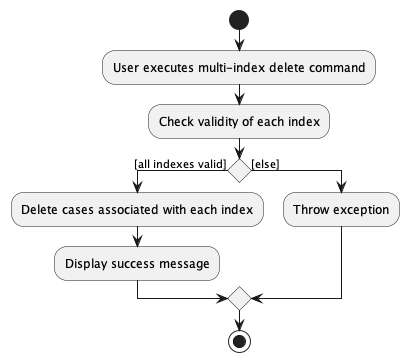
The PlantUML diagram docs/images/DeleteMultiIndexActivityDiagram.png in nus-cs2103-AY2223S2/tp, before a commit. Its diagram source:
```plantuml
@startuml

start
:User executes multi-index delete command;
:Check validity of each index;

if () then ([all indexes valid])
    :Delete cases associated with each index;
    :Display success message;
else ([else])
    :Throw exception;
endif
stop

@enduml
```
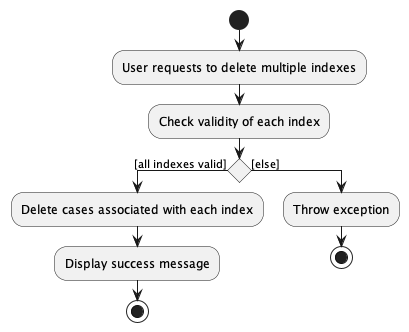
After the commit.

Commit message:
Make suggested changes to diagrams

Diff of the diagram source:
```diff
@@ -1,15 +1,16 @@
 @startuml
 
 start
-:User executes multi-index delete command;
+:User requests to delete multiple indexes;
 :Check validity of each index;
 
 if () then ([all indexes valid])
     :Delete cases associated with each index;
     :Display success message;
+    stop
 else ([else])
     :Throw exception;
+    stop
 endif
-stop
 
 @enduml
```
